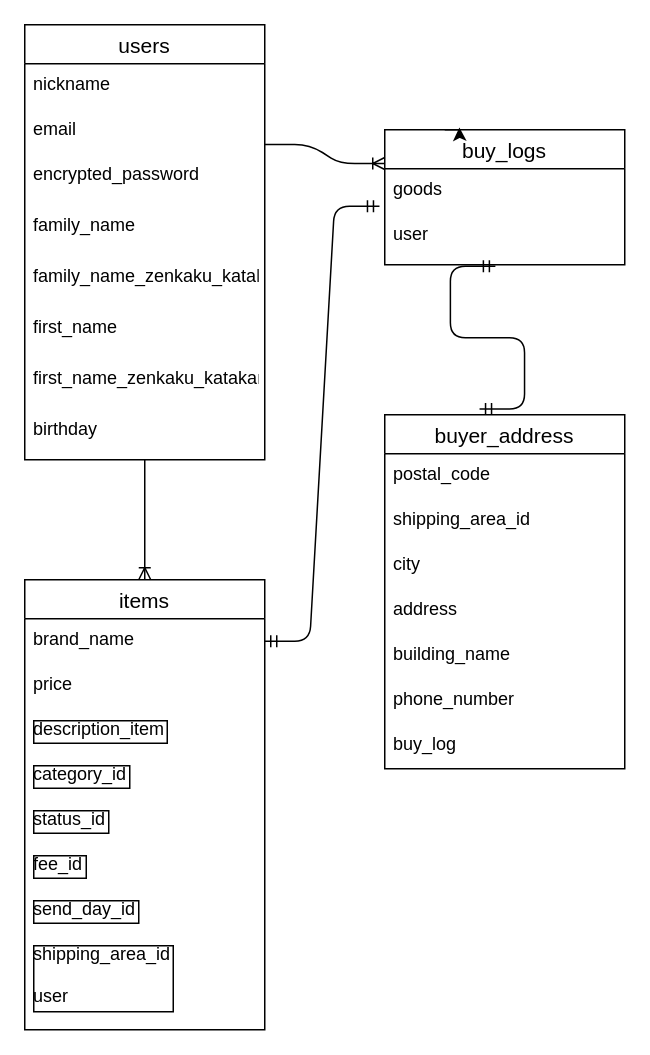
o-kun8228/furima-37097 keeps this draw.io diagram as ER.dio. Above is the earlier version. Source tidied: cells renumbered, new cells numbered last; positions are measured from the earlier drawing's top-left corner, leaving out a move shared by most shapes. Both pictures are drawn from the tidied source at 150%, with x=0, y=0 at pixel (24, 24).
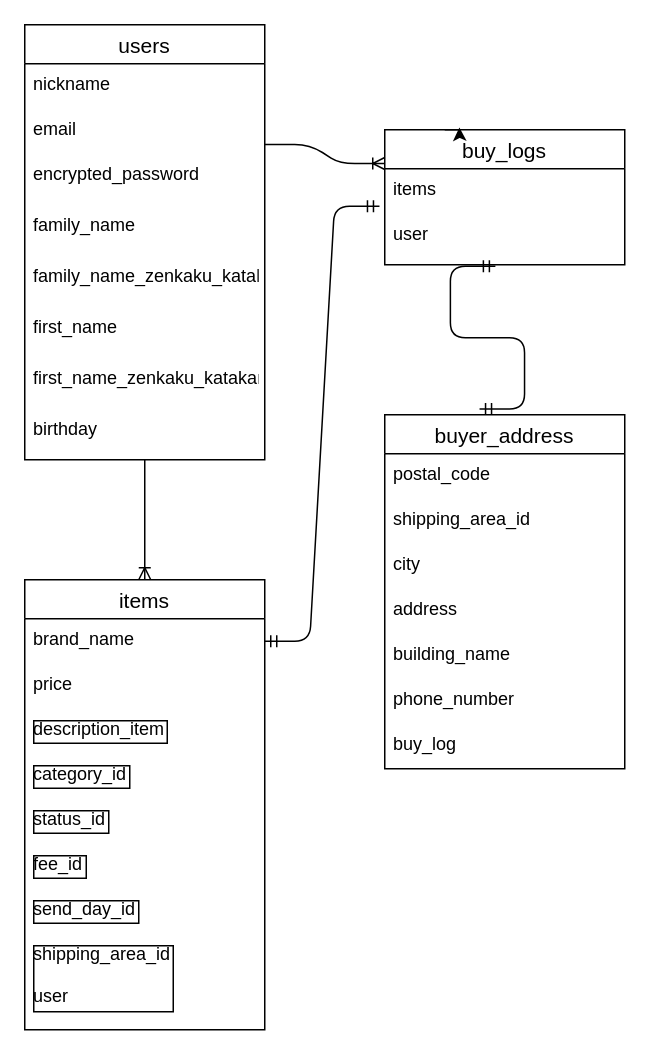
After the change.

The change refers to these unchanged cells:
```xml
<mxCell id="22" value="buy_logs" style="swimlane;fontStyle=0;horizontal=1;startSize=26;align=center;fontSize=14;" parent="1" vertex="1">
  <mxGeometry x="240" y="70" width="160" height="90" as="geometry" />
</mxCell>
```

The edit, as a diff of the source:
```diff
@@
-    <mxCell id="23" value="goods" style="text;strokeColor=none;fillColor=none;spacingLeft=4;spacingRight=4;overflow=hidden;fontSize=12;" parent="22" vertex="1">
+    <mxCell id="23" value="items" style="text;strokeColor=none;fillColor=none;spacingLeft=4;spacingRight=4;overflow=hidden;fontSize=12;" parent="22" vertex="1">
       <mxGeometry y="26" width="160" height="30" as="geometry" />
     </mxCell>
```
